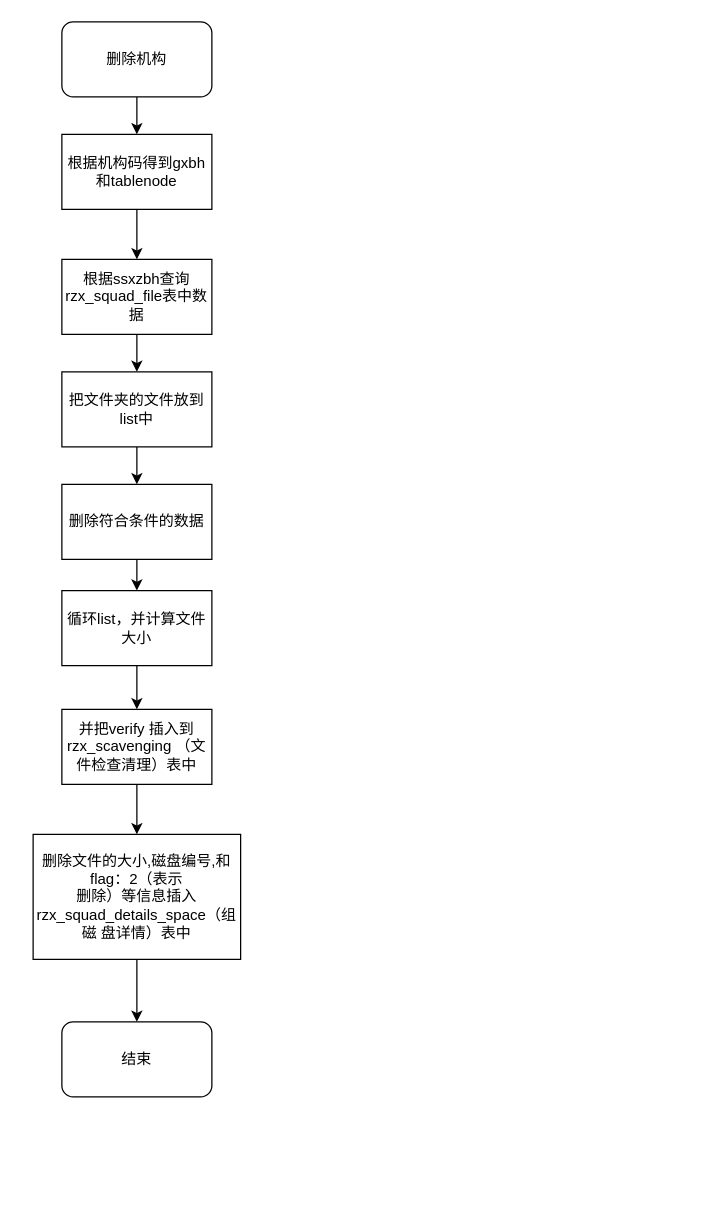
Earlier version of the draw.io diagram 删除机构&共享组逻辑.drawio (HappyDragon98/-). Source tidied: cells renumbered, new cells numbered last; positions are measured from the earlier drawing's top-left corner, leaving out a move shared by most shapes. Both pictures are drawn from the tidied source at 125%, with x=0, y=0 at pixel (32, 21).
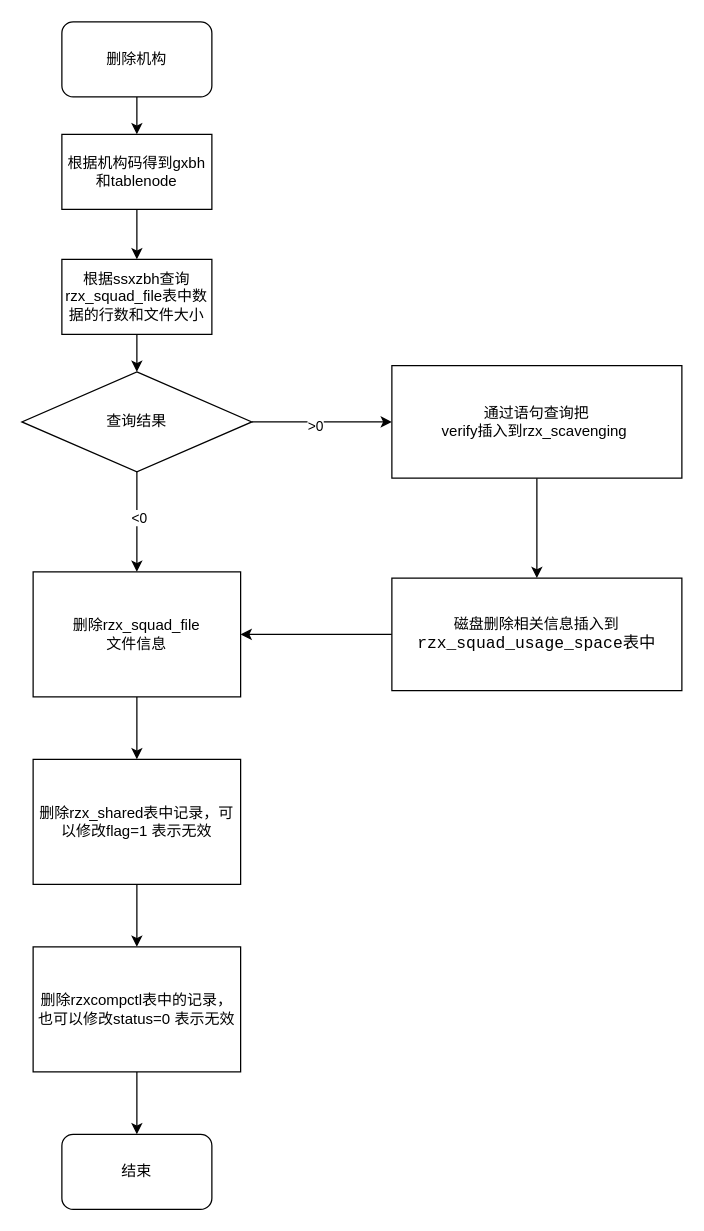
The same page after the edit.

Commit message:
Update 删除机构&共享组逻辑.drawio

The edit, as a diff of the source:
```diff
@@
     <mxCell id="2" value="结束" style="rounded=1;whiteSpace=wrap;html=1;" parent="1" vertex="1">
-      <mxGeometry x="23" y="800" width="120" height="60" as="geometry" />
+      <mxGeometry x="23" y="890" width="120" height="60" as="geometry" />
     </mxCell>
@@
-    <mxCell id="7" style="edgeStyle=orthogonalEdgeStyle;rounded=0;jettySize=auto;html=1;" parent="1" edge="1" source="8" target="10">
-      <mxGeometry relative="1" as="geometry" />
+    <mxCell id="7" style="edgeStyle=orthogonalEdgeStyle;rounded=0;jettySize=auto;html=1;" parent="1" edge="1" source="8">
+      <mxGeometry relative="1" as="geometry">
+        <mxPoint x="83" y="280" as="targetPoint" />
+      </mxGeometry>
     </mxCell>
-    <mxCell id="8" value="根据ssxzbh查询rzx_squad_file表中数据" style="rounded=0;whiteSpace=wrap;html=1;" parent="1" vertex="1">
+    <mxCell id="8" value="根据ssxzbh查询rzx_squad_file表中数据的行数和文件大小" style="rounded=0;whiteSpace=wrap;html=1;" parent="1" vertex="1">
       <mxGeometry x="23" y="190" width="120" height="60" as="geometry" />
     </mxCell>
-    <mxCell id="9" style="edgeStyle=orthogonalEdgeStyle;rounded=0;jettySize=auto;html=1;" parent="1" edge="1" source="10" target="12">
-      <mxGeometry relative="1" as="geometry" />
-    </mxCell>
-    <mxCell id="10" value="把文件夹的文件放到list中" style="rounded=0;whiteSpace=wrap;html=1;" parent="1" vertex="1">
-      <mxGeometry x="23" y="280" width="120" height="60" as="geometry" />
-    </mxCell>
-    <mxCell id="11" style="edgeStyle=orthogonalEdgeStyle;rounded=0;jettySize=auto;html=1;" parent="1" edge="1" source="12" target="14">
-      <mxGeometry relative="1" as="geometry" />
-    </mxCell>
-    <mxCell id="12" value="删除符合条件的数据" style="rounded=0;whiteSpace=wrap;html=1;" parent="1" vertex="1">
-      <mxGeometry x="23" y="370" width="120" height="60" as="geometry" />
-    </mxCell>
-    <mxCell id="13" style="edgeStyle=orthogonalEdgeStyle;rounded=0;jettySize=auto;html=1;" parent="1" edge="1" source="14" target="16">
-      <mxGeometry relative="1" as="geometry" />
-    </mxCell>
-    <mxCell id="14" value="循环list，并计算文件大小" style="rounded=0;whiteSpace=wrap;html=1;" parent="1" vertex="1">
-      <mxGeometry x="23" y="455" width="120" height="60" as="geometry" />
-    </mxCell>
-    <mxCell id="15" style="edgeStyle=orthogonalEdgeStyle;rounded=0;jettySize=auto;html=1;" parent="1" edge="1" source="16" target="18">
-      <mxGeometry relative="1" as="geometry" />
-    </mxCell>
-    <mxCell id="16" value="并把verify 插入到rzx_scavenging （文件检查清理）表中" style="rounded=0;whiteSpace=wrap;html=1;" parent="1" vertex="1">
-      <mxGeometry x="23" y="550" width="120" height="60" as="geometry" />
-    </mxCell>
-    <mxCell id="17" style="edgeStyle=orthogonalEdgeStyle;rounded=0;jettySize=auto;html=1;" parent="1" edge="1" source="18" target="2">
-      <mxGeometry relative="1" as="geometry" />
-    </mxCell>
+    <mxCell id="19" style="edgeStyle=orthogonalEdgeStyle;rounded=0;jettySize=auto;html=1;" parent="1" edge="1" source="18" target="21">
+      <mxGeometry relative="1" as="geometry" />
+    </mxCell>
-    <mxCell id="18" value="&lt;div&gt;删除文件的大小,磁盘编号,和flag：2（表示&lt;/div&gt;&lt;div&gt;删除）等信息插入&lt;/div&gt;&lt;div&gt;rzx_squad_details_space（组磁 盘详情）表中&lt;/div&gt;" style="rounded=0;whiteSpace=wrap;html=1;" parent="1" vertex="1">
-      <mxGeometry y="650" width="166" height="100" as="geometry" />
+    <mxCell id="18" value="删除rzx_squad_file&lt;br&gt;文件信息" style="rounded=0;whiteSpace=wrap;html=1;" parent="1" vertex="1">
+      <mxGeometry y="440" width="166" height="100" as="geometry" />
     </mxCell>
+    <mxCell id="20" style="edgeStyle=orthogonalEdgeStyle;rounded=0;jettySize=auto;html=1;" parent="1" edge="1" source="21" target="23">
+      <mxGeometry relative="1" as="geometry" />
+    </mxCell>
+    <mxCell id="21" value="&lt;div&gt;删除rzx_shared表中记录，可以修改flag=1 表示无效&lt;/div&gt;" style="rounded=0;whiteSpace=wrap;html=1;" parent="1" vertex="1">
+      <mxGeometry y="590" width="166" height="100" as="geometry" />
+    </mxCell>
+    <mxCell id="22" style="edgeStyle=orthogonalEdgeStyle;rounded=0;jettySize=auto;html=1;" parent="1" edge="1" source="23" target="2">
+      <mxGeometry relative="1" as="geometry" />
+    </mxCell>
+    <mxCell id="23" value="删除rzxcompctl表中的记录，&lt;br&gt;也可以修改status=0 表示无效" style="rounded=0;whiteSpace=wrap;html=1;" parent="1" vertex="1">
+      <mxGeometry y="740" width="166" height="100" as="geometry" />
+    </mxCell>
+    <mxCell id="24" style="edgeStyle=orthogonalEdgeStyle;rounded=0;jettySize=auto;html=1;" parent="1" edge="1" source="28" target="30">
+      <mxGeometry relative="1" as="geometry" />
+    </mxCell>
+    <mxCell id="25" value="&amp;gt;0" style="edgeLabel;html=1;align=center;verticalAlign=middle;" parent="24" vertex="1">
+      <mxGeometry x="-0.12" y="-3" relative="1" as="geometry">
+        <mxPoint x="1" as="offset" />
+      </mxGeometry>
+    </mxCell>
+    <mxCell id="26" style="edgeStyle=orthogonalEdgeStyle;rounded=0;jettySize=auto;html=1;" parent="1" edge="1" source="28" target="18">
+      <mxGeometry relative="1" as="geometry" />
+    </mxCell>
+    <mxCell id="27" value="&amp;lt;0" style="edgeLabel;html=1;align=center;verticalAlign=middle;" parent="26" vertex="1">
+      <mxGeometry x="-0.09" y="1" relative="1" as="geometry" />
+    </mxCell>
+    <mxCell id="28" value="查询结果" style="rhombus;whiteSpace=wrap;html=1;" parent="1" vertex="1">
+      <mxGeometry x="-9" y="280" width="184" height="80" as="geometry" />
+    </mxCell>
+    <mxCell id="29" style="edgeStyle=orthogonalEdgeStyle;rounded=0;jettySize=auto;html=1;" parent="1" edge="1" source="30" target="32">
+      <mxGeometry relative="1" as="geometry" />
+    </mxCell>
+    <mxCell id="30" value="&lt;div&gt;通过语句查询把&lt;/div&gt;verify插入到rzx_scavenging&amp;nbsp;" style="whiteSpace=wrap;html=1;" parent="1" vertex="1">
+      <mxGeometry x="287" y="275" width="232" height="90" as="geometry" />
+    </mxCell>
+    <mxCell id="31" style="edgeStyle=orthogonalEdgeStyle;rounded=0;jettySize=auto;html=1;entryX=1;entryY=0.5;entryDx=0;entryDy=0;" parent="1" edge="1" source="32" target="18">
+      <mxGeometry relative="1" as="geometry" />
+    </mxCell>
+    <mxCell id="32" value="磁盘删除相关信息插入到&lt;span style=&quot;background-color: rgb(255 , 255 , 255) ; font-family: &amp;#34;jetbrains mono&amp;#34; , monospace ; font-size: 9.8pt&quot;&gt;rzx_squad_usage_space表中&lt;/span&gt;&lt;div&gt;&lt;/div&gt;" style="whiteSpace=wrap;html=1;" parent="1" vertex="1">
+      <mxGeometry x="287" y="445" width="232" height="90" as="geometry" />
+    </mxCell>
```
